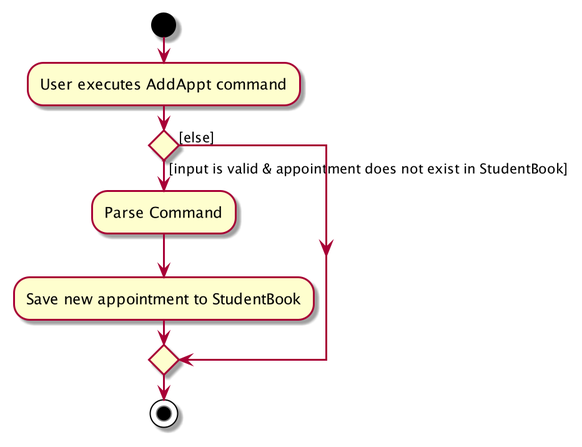
The PlantUML diagram docs/images/AddAppointmentActivityDiagram.png in nus-cs2103-AY2021S2/tp, before a commit.
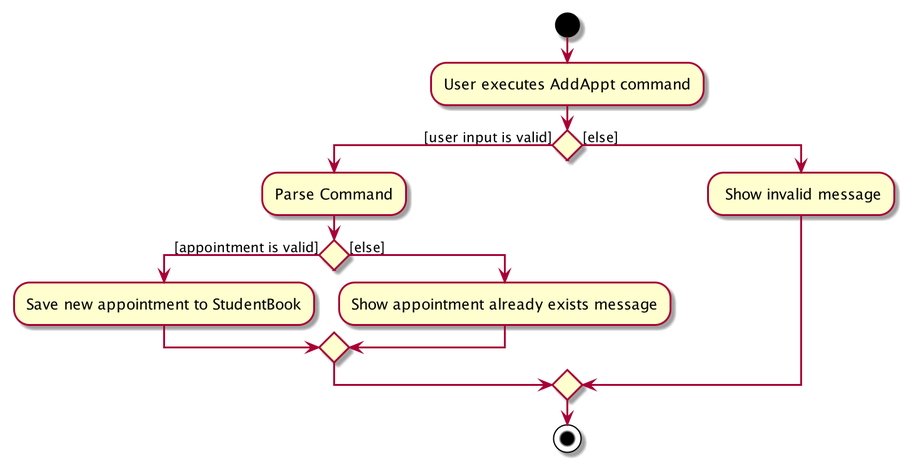
Later version of the same file.

Commit message:
Update Activity Diagrams in Implementation

Change to the diagram source:
```diff
@@ -3,10 +3,15 @@
 :User executes AddAppt command;
 
 
-if () then ([input is valid & appointment does not exist in StudentBook])
+if () then ([user input is valid])
     :Parse Command;
-    :Save new appointment to StudentBook;
+    if () then ([appointment is valid])
+        :Save new appointment to StudentBook;
+    else ([else])
+        :Show appointment already exists message;
+    endif
 else ([else])
+    : Show invalid message;
 endif
 stop
 @enduml
```
